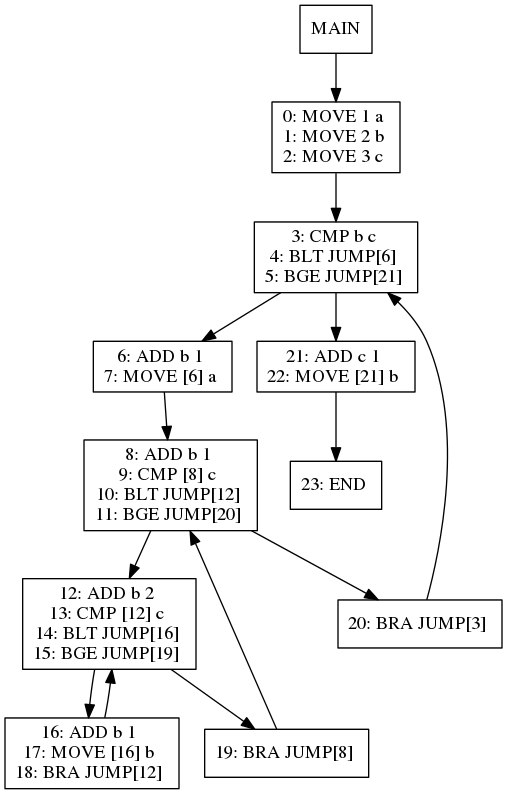
jiahanwang/PL241-Compiler keeps this Graphviz diagram as viz/test022.dot.png. Above is the earlier version. Its source is kept beside it as viz/test022.dot.
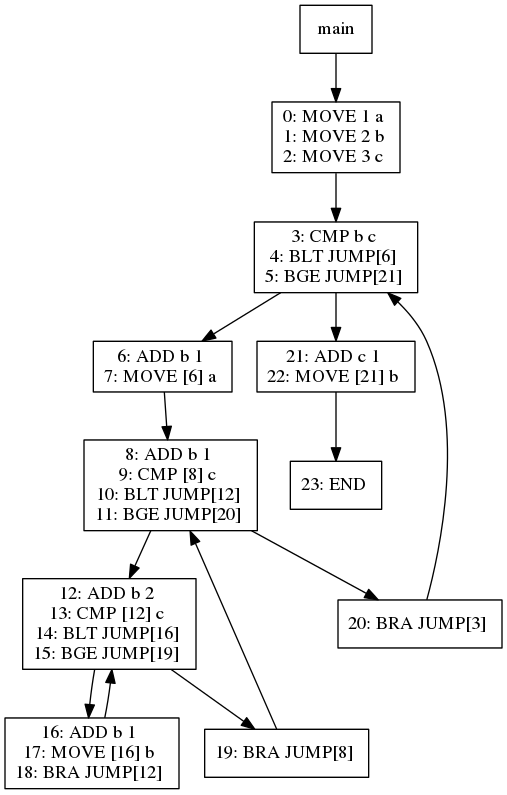
The same file after the commit.

The edit, as a diff of the source:
```diff
@@ -1,51 +1,51 @@
 digraph test022 {
 node [shape=box]
-1[label="MAIN"]
-1 -> 3
-3[label="0: MOVE 1 a
+390[label="main"]
+390 -> 392
+392[label="0: MOVE 1 a
 1: MOVE 2 b
 2: MOVE 3 c
 "]
-3 -> 6
-6[label="3: CMP b c
+392 -> 395
+395[label="3: CMP b c
 4: BLT JUMP[6]
 5: BGE JUMP[21]
 "]
-6 -> 8
-8[label="6: ADD b 1
+395 -> 397
+397[label="6: ADD b 1
 7: MOVE [6] a
 "]
-8 -> 9
-9[label="8: ADD b 1
+397 -> 398
+398[label="8: ADD b 1
 9: CMP [8] c
 10: BLT JUMP[12]
 11: BGE JUMP[20]
 "]
-9 -> 11
-11[label="12: ADD b 2
+398 -> 400
+400[label="12: ADD b 2
 13: CMP [12] c
 14: BLT JUMP[16]
 15: BGE JUMP[19]
 "]
-11 -> 13
-13[label="16: ADD b 1
+400 -> 402
+402[label="16: ADD b 1
 17: MOVE [16] b
 18: BRA JUMP[12]
 "]
-13 -> 11
-11 -> 12
-12[label="19: BRA JUMP[8]
+402 -> 400
+400 -> 401
+401[label="19: BRA JUMP[8]
 "]
-12 -> 9
-9 -> 10
-10[label="20: BRA JUMP[3]
+401 -> 398
+398 -> 399
+399[label="20: BRA JUMP[3]
 "]
-10 -> 6
-6 -> 7
-7[label="21: ADD c 1
+399 -> 395
+395 -> 396
+396[label="21: ADD c 1
 22: MOVE [21] b
 "]
-7 -> 15
-15[label="23: END
+396 -> 404
+404[label="23: END
 "]
 }
```
